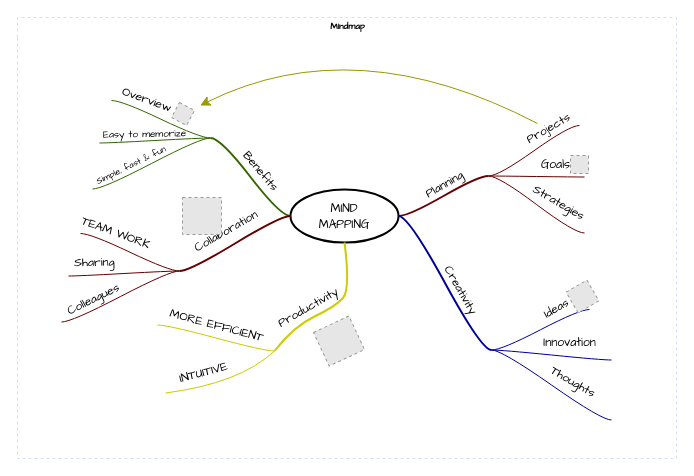
candy-candy-candy/Lavender keeps this draw.io diagram as 资料和文档/未命名绘图.drawio. Above is the earlier version. Source tidied: cells renumbered, new cells numbered last; positions are measured from the earlier drawing's top-left corner, leaving out a move shared by most shapes. Both pictures are drawn from the tidied source at 100%, with x=0, y=0 at pixel (17, 17). Pictures stored in the file or linked from it are replaced by grey dashed boxes.
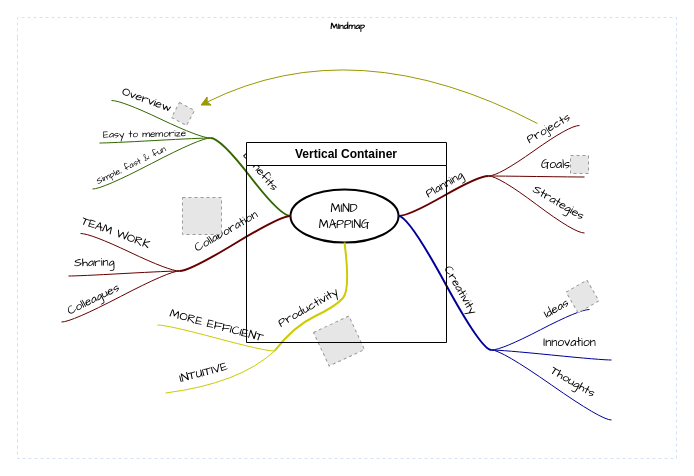
The same page after the edit.

Commit message:
更新未命名绘图.drawio

Diff of the diagram source:
```diff
@@
+    <mxCell id="72" value="Vertical Container" style="swimlane;whiteSpace=wrap;html=1;" parent="1" vertex="1">
+      <mxGeometry x="229" y="125" width="200" height="200" as="geometry" />
+    </mxCell>
```
